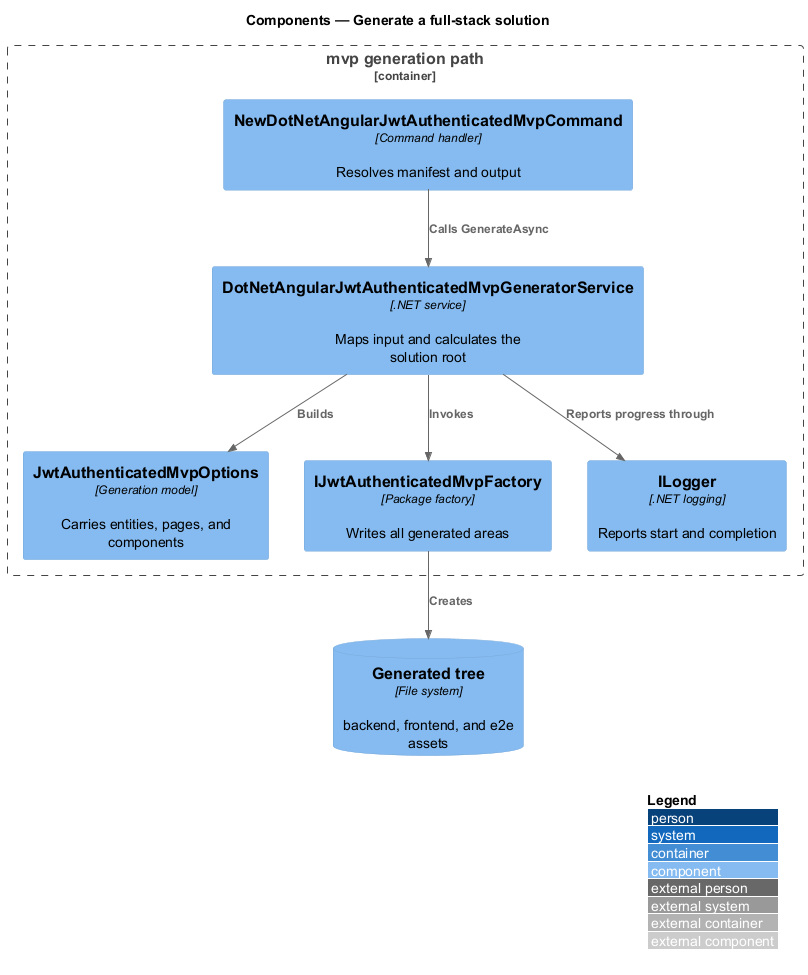
This is docs/detailed-designs/scaffolding/generate-a-full-stack-solution/diagrams/c4-component.png from QuinntyneBrown/mvp, a PlantUML export, as it was before one commit.
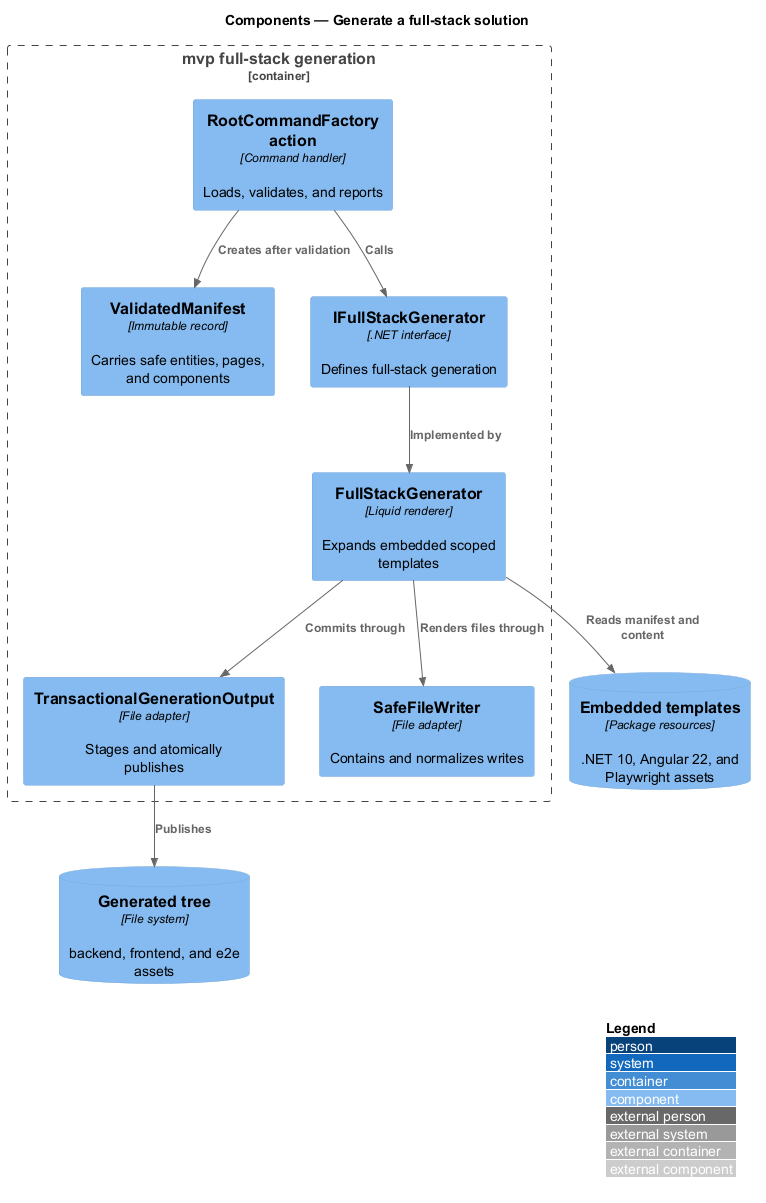
The same file after the commit.

The edit, as a diff of the source:
```diff
@@ -3,18 +3,22 @@
 LAYOUT_WITH_LEGEND()
 title Components — Generate a full-stack solution
 
-Container_Boundary(cli, "mvp generation path") {
-  Component(command, "NewDotNetAngularJwtAuthenticatedMvpCommand", "Command handler", "Resolves manifest and output")
-  Component(service, "DotNetAngularJwtAuthenticatedMvpGeneratorService", ".NET service", "Maps input and calculates the solution root")
-  Component(options, "JwtAuthenticatedMvpOptions", "Generation model", "Carries entities, pages, and components")
-  Component(factory, "IJwtAuthenticatedMvpFactory", "Package factory", "Writes all generated areas")
-  Component(logger, "ILogger", ".NET logging", "Reports start and completion")
+Container_Boundary(cli, "mvp full-stack generation") {
+  Component(command, "RootCommandFactory action", "Command handler", "Loads, validates, and reports")
+  Component(model, "ValidatedManifest", "Immutable record", "Carries safe entities, pages, and components")
+  Component(contract, "IFullStackGenerator", ".NET interface", "Defines full-stack generation")
+  Component(renderer, "FullStackGenerator", "Liquid renderer", "Expands embedded scoped templates")
+  Component(output, "TransactionalGenerationOutput", "File adapter", "Stages and atomically publishes")
+  Component(writer, "SafeFileWriter", "File adapter", "Contains and normalizes writes")
 }
+ComponentDb(templates, "Embedded templates", "Package resources", ".NET 10, Angular 22, and Playwright assets")
 ComponentDb(tree, "Generated tree", "File system", "backend, frontend, and e2e assets")
 
-Rel(command, service, "Calls GenerateAsync")
-Rel(service, options, "Builds")
-Rel(service, factory, "Invokes")
-Rel(service, logger, "Reports progress through")
-Rel(factory, tree, "Creates")
+Rel(command, model, "Creates after validation")
+Rel(command, contract, "Calls")
+Rel(contract, renderer, "Implemented by")
+Rel(renderer, templates, "Reads manifest and content")
+Rel(renderer, output, "Commits through")
+Rel(renderer, writer, "Renders files through")
+Rel(output, tree, "Publishes")
 @enduml
```
